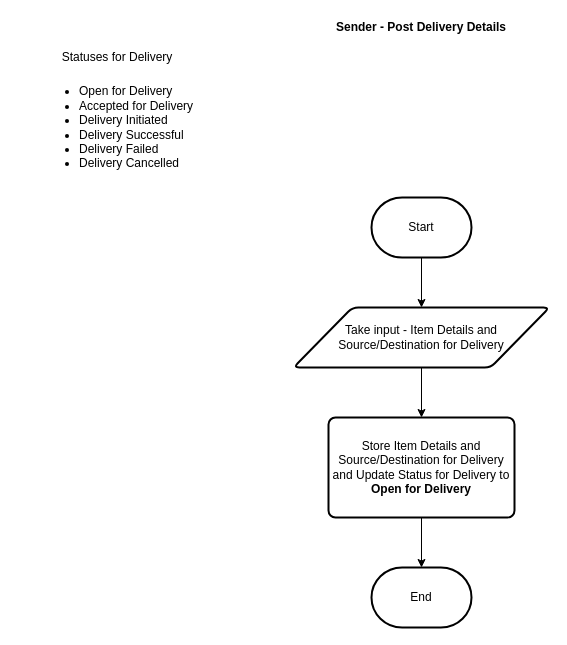
CourierPanda/flow-chart-diagrams keeps this draw.io diagram as Sender - Publish a delivery item.drawio. Above is the earlier version. Source tidied: cells renumbered, new cells numbered last; positions are measured from the earlier drawing's top-left corner, leaving out a move shared by most shapes. Both pictures are drawn from the tidied source at 100%, with x=0, y=0 at pixel (17, 17).
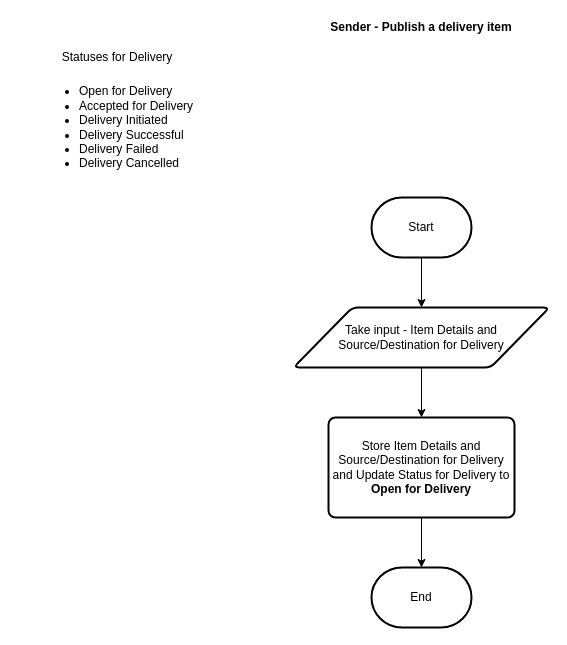
The same page after the edit.

Diff of the diagram source:
```diff
@@
 <mxGraphModel>
   <root>
     <mxCell id="0" />
     <mxCell id="1" parent="0" />
     <mxCell id="2" style="edgeStyle=orthogonalEdgeStyle;rounded=0;jettySize=auto;html=1;exitX=0.5;exitY=1;exitDx=0;exitDy=0;exitPerimeter=0;entryX=0.5;entryY=0;entryDx=0;entryDy=0;" parent="1" edge="1" source="3" target="4">
       <mxGeometry relative="1" as="geometry" />
     </mxCell>
     <mxCell id="3" value="Start" style="strokeWidth=2;html=1;shape=mxgraph.flowchart.terminator;whiteSpace=wrap;" parent="1" vertex="1">
       <mxGeometry x="354" y="180" width="100" height="60" as="geometry" />
     </mxCell>
     <mxCell id="4" value="Take input - Item Details and&lt;br&gt;Source/Destination for Delivery" style="shape=parallelogram;html=1;strokeWidth=2;perimeter=parallelogramPerimeter;whiteSpace=wrap;rounded=1;arcSize=12;size=0.23;" parent="1" vertex="1">
       <mxGeometry x="276" y="290" width="256" height="60" as="geometry" />
     </mxCell>
     <mxCell id="5" value="Store Item Details and&lt;br&gt;Source/Destination for Delivery and Update Status for Delivery to &lt;b&gt;Open for Delivery&lt;/b&gt;" style="rounded=1;whiteSpace=wrap;html=1;absoluteArcSize=1;arcSize=14;strokeWidth=2;" parent="1" vertex="1">
       <mxGeometry x="311" y="400" width="186" height="100" as="geometry" />
     </mxCell>
     <mxCell id="6" style="endArrow=classic;html=1;exitX=0.5;exitY=1;exitDx=0;exitDy=0;entryX=0.5;entryY=0;entryDx=0;entryDy=0;" parent="1" edge="1" source="4" target="5">
       <mxGeometry relative="1" as="geometry" />
     </mxCell>
     <mxCell id="7" value="&lt;ul&gt;&lt;li&gt;Open for Delivery&lt;/li&gt;&lt;li&gt;Accepted for Delivery&lt;/li&gt;&lt;li&gt;Delivery Initiated&lt;/li&gt;&lt;li&gt;Delivery Successful&lt;/li&gt;&lt;li&gt;Delivery Failed&lt;/li&gt;&lt;li&gt;Delivery Cancelled&lt;/li&gt;&lt;/ul&gt;" style="text;strokeColor=none;fillColor=none;html=1;whiteSpace=wrap;verticalAlign=middle;overflow=hidden;" parent="1" vertex="1">
       <mxGeometry x="20" y="50" width="190" height="120" as="geometry" />
     </mxCell>
-    <mxCell id="8" value="Sender - Post Delivery Details" style="text;html=1;strokeColor=none;fillColor=none;align=center;verticalAlign=middle;whiteSpace=wrap;rounded=0;fontStyle=1;" parent="1" vertex="1">
+    <mxCell id="8" value="Sender - Publish a delivery item" style="text;html=1;strokeColor=none;fillColor=none;align=center;verticalAlign=middle;whiteSpace=wrap;rounded=0;fontStyle=1;" parent="1" vertex="1">
       <mxGeometry x="281" width="246" height="20" as="geometry" />
     </mxCell>
     <mxCell id="9" value="Statuses for Delivery" style="text;html=1;strokeColor=none;fillColor=none;align=center;verticalAlign=middle;whiteSpace=wrap;rounded=0;" parent="1" vertex="1">
       <mxGeometry y="30" width="200" height="20" as="geometry" />
     </mxCell>
     <mxCell id="10" value="End" style="strokeWidth=2;html=1;shape=mxgraph.flowchart.terminator;whiteSpace=wrap;" parent="1" vertex="1">
       <mxGeometry x="354" y="550" width="100" height="60" as="geometry" />
     </mxCell>
     <mxCell id="11" style="endArrow=classic;html=1;exitX=0.5;exitY=1;exitDx=0;exitDy=0;entryX=0.5;entryY=0;entryDx=0;entryDy=0;entryPerimeter=0;" parent="1" edge="1" source="5" target="10">
       <mxGeometry relative="1" as="geometry" />
     </mxCell>
   </root>
 </mxGraphModel>
```
